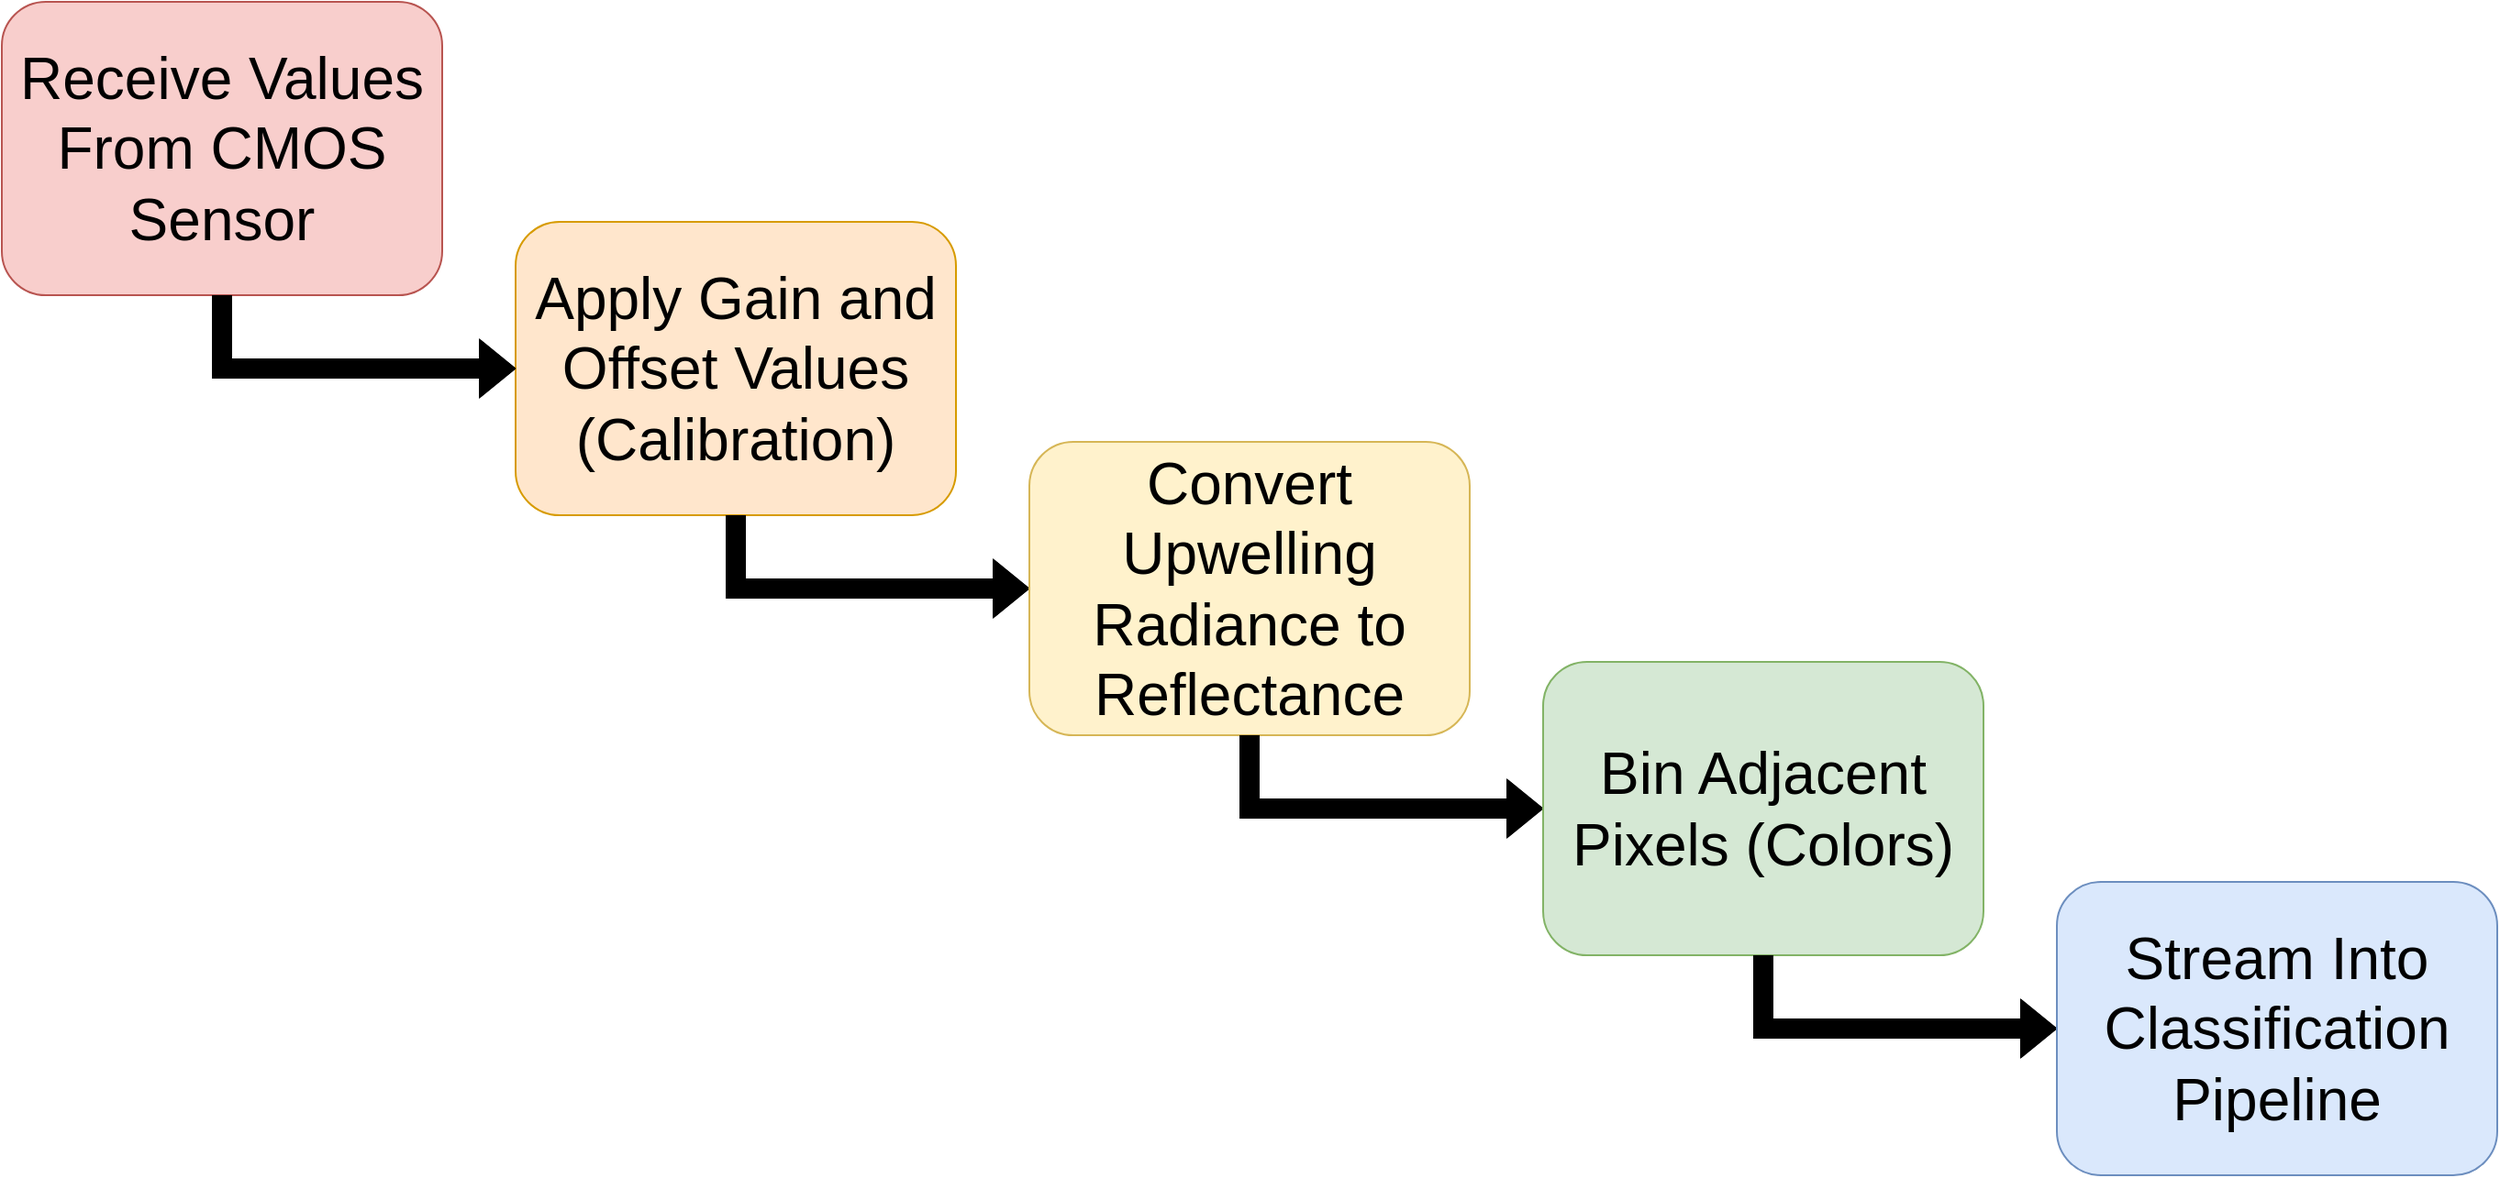
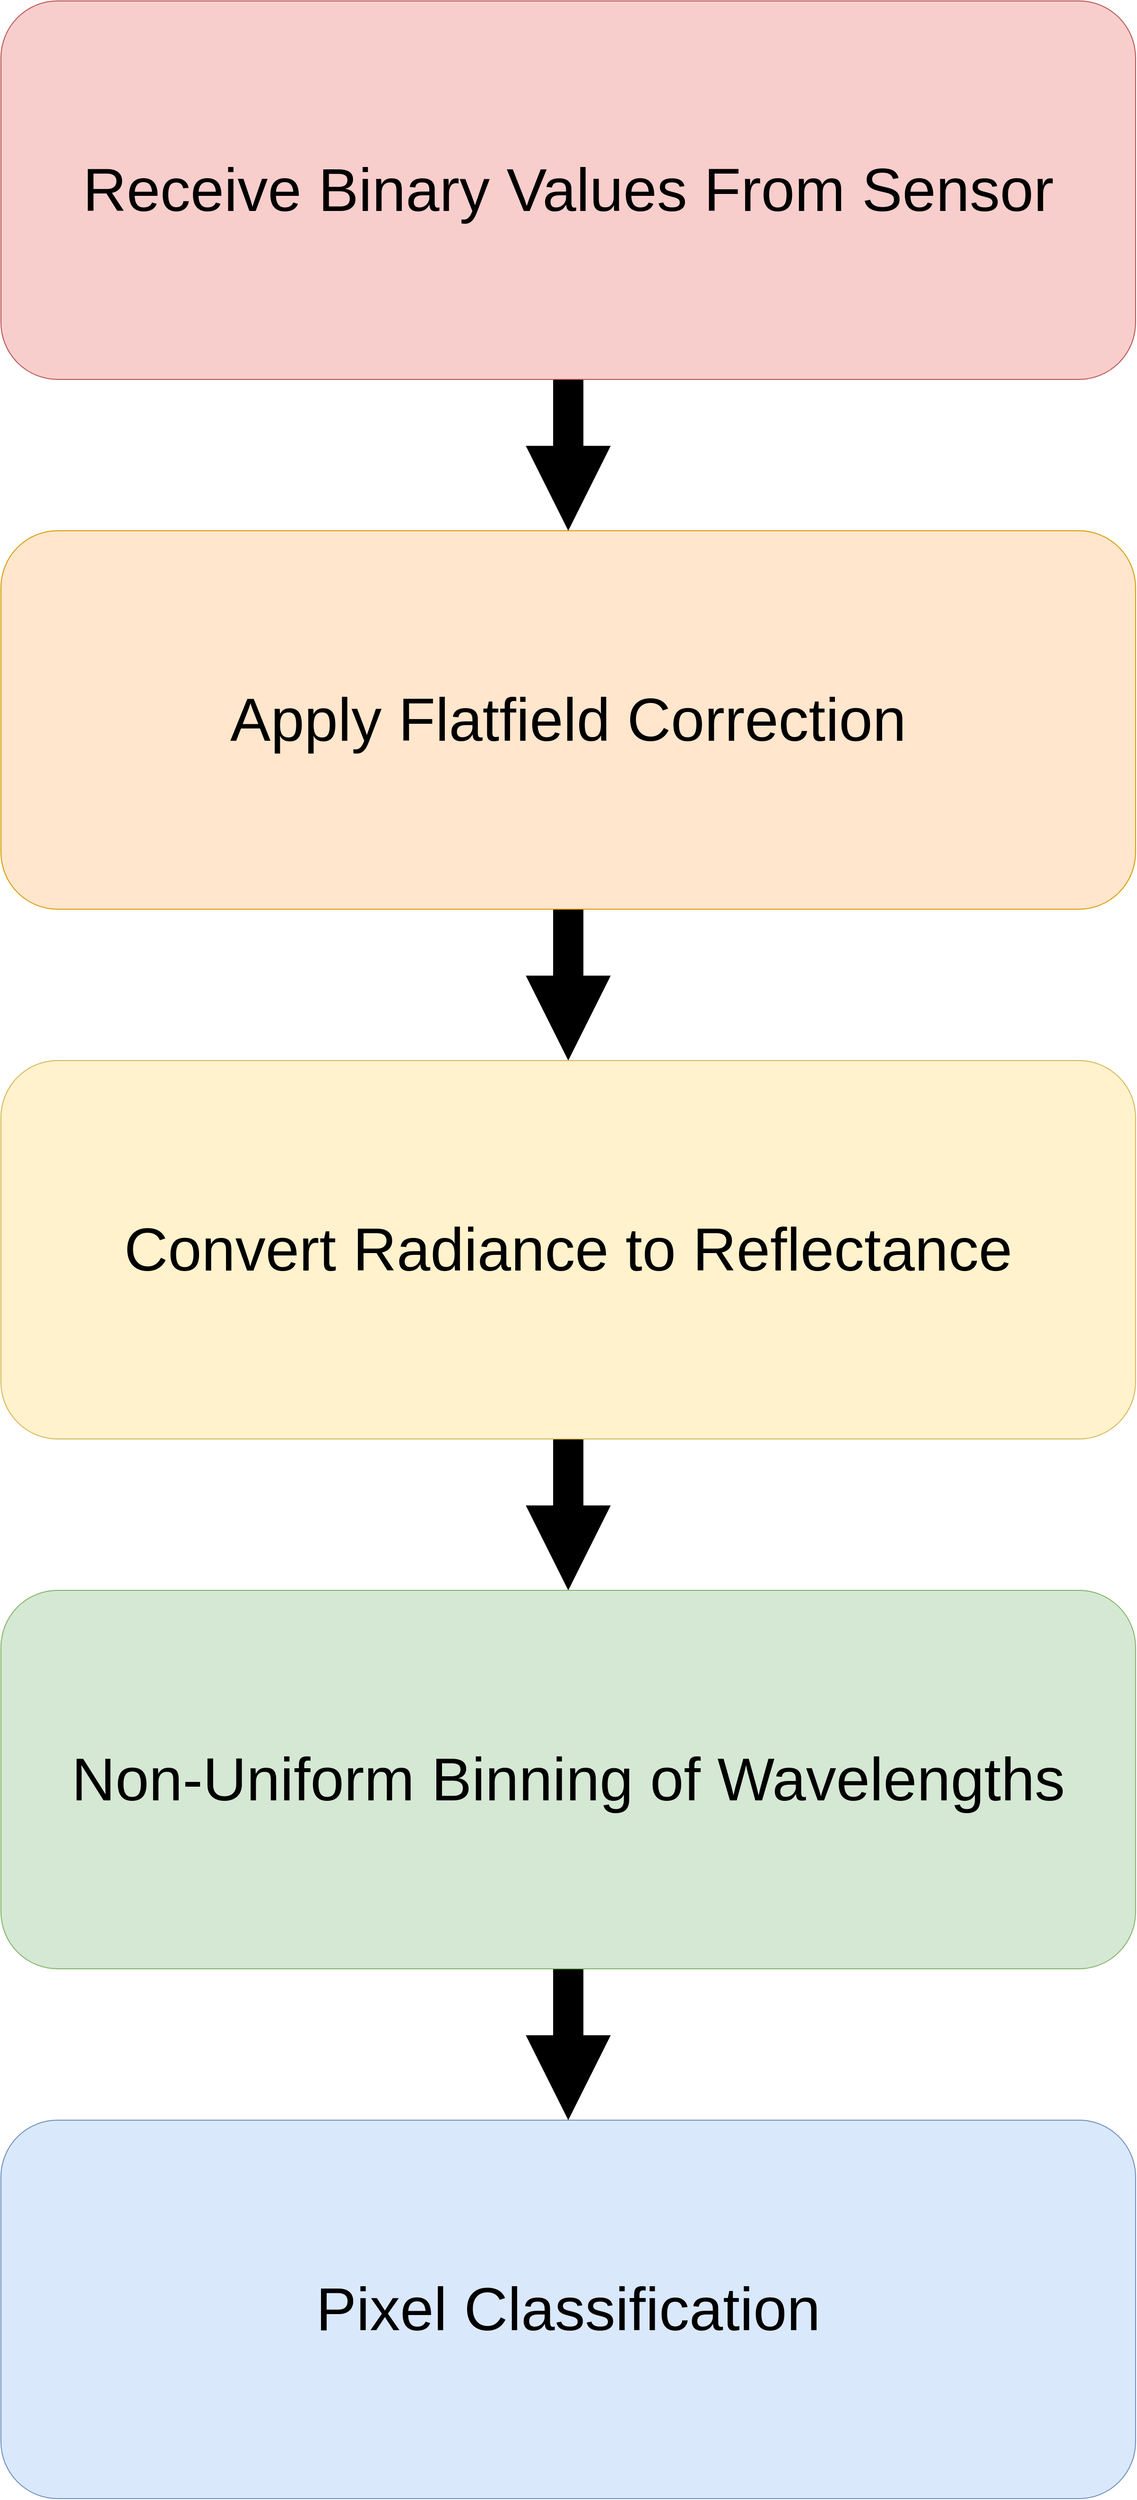
- <mxfile host="app.diagrams.net" agent="Mozilla/5.0 (Windows NT 10.0; Win64; x64; rv:142.0) Gecko/20100101 Firefox/142.0" version="28.1.1">
+ <mxfile host="app.diagrams.net" agent="Mozilla/5.0 (Windows NT 10.0; Win64; x64; rv:142.0) Gecko/20100101 Firefox/142.0">
  <diagram name="Page-1" id="-AFErXNe9J7OdYunWK4x">
-     <mxGraphModel dx="3281" dy="2628" grid="1" gridSize="10" guides="1" tooltips="1" connect="1" arrows="1" fold="1" page="1" pageScale="1" pageWidth="850" pageHeight="1100" math="1" shadow="0">
+     <mxGraphModel dx="2176" dy="6616" grid="1" gridSize="10" guides="1" tooltips="1" connect="1" arrows="1" fold="1" page="1" pageScale="1" pageWidth="850" pageHeight="1100" math="1" shadow="0">
      <root>
        <mxCell id="0" />
        <mxCell id="1" parent="0" />
-         <mxCell id="zj0fFl8EOxYbujoj9vtz-1" value="&lt;div&gt;Apply Gain and Offset Values&lt;/div&gt;&lt;div&gt;(Calibration)&lt;/div&gt;" style="rounded=1;whiteSpace=wrap;html=1;fillColor=#ffe6cc;strokeColor=#d79b00;fontSize=32;" parent="1" vertex="1">
-           <mxGeometry x="160" y="-40" width="240" height="160" as="geometry" />
+         <mxCell id="29C8zBz_ybe1H8zBs-sb-2" edge="1" parent="1" source="zj0fFl8EOxYbujoj9vtz-1" style="edgeStyle=orthogonalEdgeStyle;rounded=0;orthogonalLoop=1;jettySize=auto;html=1;exitX=0.5;exitY=1;exitDx=0;exitDy=0;entryX=0.5;entryY=0;entryDx=0;entryDy=0;strokeWidth=32;endArrow=block;endFill=1;" target="zj0fFl8EOxYbujoj9vtz-21">
+           <mxGeometry relative="1" as="geometry" />
        </mxCell>
-         <mxCell id="zj0fFl8EOxYbujoj9vtz-10" value="" style="shape=flexArrow;endArrow=classic;html=1;rounded=0;fillColor=#000000;entryX=0;entryY=0.5;entryDx=0;entryDy=0;exitX=0.5;exitY=1;exitDx=0;exitDy=0;" parent="1" target="zj0fFl8EOxYbujoj9vtz-21" edge="1" source="zj0fFl8EOxYbujoj9vtz-1">
-           <mxGeometry width="50" height="50" relative="1" as="geometry">
-             <mxPoint x="240" y="200" as="sourcePoint" />
-             <mxPoint x="440" y="319.99999999999955" as="targetPoint" />
-             <Array as="points">
-               <mxPoint x="280" y="160" />
-             </Array>
-           </mxGeometry>
+         <mxCell id="zj0fFl8EOxYbujoj9vtz-1" parent="1" style="rounded=1;whiteSpace=wrap;html=1;fillColor=#ffe6cc;strokeColor=#d79b00;fontSize=64;" value="&lt;div&gt;Apply Flatfield Correction&lt;/div&gt;" vertex="1">
+           <mxGeometry height="400" width="1200" x="80" y="-480" as="geometry" />
        </mxCell>
-         <mxCell id="zj0fFl8EOxYbujoj9vtz-21" value="Convert Upwelling Radiance to Reflectance" style="rounded=1;whiteSpace=wrap;html=1;fillColor=#fff2cc;strokeColor=#d6b656;fontSize=32;" parent="1" vertex="1">
-           <mxGeometry x="440" y="80" width="240" height="160" as="geometry" />
+         <mxCell id="29C8zBz_ybe1H8zBs-sb-3" edge="1" parent="1" source="zj0fFl8EOxYbujoj9vtz-21" style="edgeStyle=orthogonalEdgeStyle;rounded=0;orthogonalLoop=1;jettySize=auto;html=1;exitX=0.5;exitY=1;exitDx=0;exitDy=0;entryX=0.5;entryY=0;entryDx=0;entryDy=0;strokeWidth=32;endArrow=block;endFill=1;" target="zj0fFl8EOxYbujoj9vtz-24">
+           <mxGeometry relative="1" as="geometry" />
        </mxCell>
-         <mxCell id="zj0fFl8EOxYbujoj9vtz-22" value="" style="shape=flexArrow;endArrow=classic;html=1;rounded=0;fillColor=#000000;entryX=0;entryY=0.5;entryDx=0;entryDy=0;exitX=0.5;exitY=1;exitDx=0;exitDy=0;" parent="1" target="zj0fFl8EOxYbujoj9vtz-24" edge="1" source="zj0fFl8EOxYbujoj9vtz-21">
-           <mxGeometry width="50" height="50" relative="1" as="geometry">
-             <mxPoint x="560" y="400" as="sourcePoint" />
-             <mxPoint x="610" y="520" as="targetPoint" />
-             <Array as="points">
-               <mxPoint x="560" y="280" />
-             </Array>
-           </mxGeometry>
+         <mxCell id="zj0fFl8EOxYbujoj9vtz-21" parent="1" style="rounded=1;whiteSpace=wrap;html=1;fillColor=#fff2cc;strokeColor=#d6b656;fontSize=64;" value="Convert Radiance to Reflectance" vertex="1">
+           <mxGeometry height="400" width="1200" x="80" y="80" as="geometry" />
        </mxCell>
-         <mxCell id="zj0fFl8EOxYbujoj9vtz-24" value="Bin Adjacent Pixels (Colors)" style="rounded=1;whiteSpace=wrap;html=1;fillColor=#d5e8d4;strokeColor=#82b366;fontSize=32;" parent="1" vertex="1">
-           <mxGeometry x="720" y="200" width="240" height="160" as="geometry" />
+         <mxCell id="29C8zBz_ybe1H8zBs-sb-4" edge="1" parent="1" source="zj0fFl8EOxYbujoj9vtz-24" style="edgeStyle=orthogonalEdgeStyle;rounded=0;orthogonalLoop=1;jettySize=auto;html=1;exitX=0.5;exitY=1;exitDx=0;exitDy=0;entryX=0.5;entryY=0;entryDx=0;entryDy=0;strokeWidth=32;endArrow=block;endFill=1;" target="zj0fFl8EOxYbujoj9vtz-27">
+           <mxGeometry relative="1" as="geometry" />
        </mxCell>
-         <mxCell id="zj0fFl8EOxYbujoj9vtz-25" value="" style="shape=flexArrow;endArrow=classic;html=1;rounded=0;fillColor=#000000;entryX=0;entryY=0.5;entryDx=0;entryDy=0;exitX=0.5;exitY=1;exitDx=0;exitDy=0;" parent="1" target="zj0fFl8EOxYbujoj9vtz-27" edge="1" source="zj0fFl8EOxYbujoj9vtz-24">
-           <mxGeometry width="50" height="50" relative="1" as="geometry">
-             <mxPoint x="480" y="600" as="sourcePoint" />
-             <mxPoint x="530" y="720" as="targetPoint" />
-             <Array as="points">
-               <mxPoint x="840" y="400" />
-             </Array>
-           </mxGeometry>
+         <mxCell id="zj0fFl8EOxYbujoj9vtz-24" parent="1" style="rounded=1;whiteSpace=wrap;html=1;fillColor=#d5e8d4;strokeColor=#82b366;fontSize=64;" value="Non-Uniform Binning of Wavelengths" vertex="1">
+           <mxGeometry height="400" width="1200" x="80" y="640" as="geometry" />
        </mxCell>
-         <mxCell id="zj0fFl8EOxYbujoj9vtz-27" value="Stream Into Classification Pipeline" style="rounded=1;whiteSpace=wrap;html=1;fillColor=#dae8fc;strokeColor=#6c8ebf;fontSize=32;" parent="1" vertex="1">
-           <mxGeometry x="1000" y="320" width="240" height="160" as="geometry" />
+         <mxCell id="zj0fFl8EOxYbujoj9vtz-27" parent="1" style="rounded=1;whiteSpace=wrap;html=1;fillColor=#dae8fc;strokeColor=#6c8ebf;fontSize=64;" value="Pixel Classification" vertex="1">
+           <mxGeometry height="400" width="1200" x="80" y="1200" as="geometry" />
        </mxCell>
-         <mxCell id="zj0fFl8EOxYbujoj9vtz-31" value="Receive Values From CMOS Sensor" style="rounded=1;whiteSpace=wrap;html=1;fillColor=#f8cecc;strokeColor=#b85450;fontSize=32;" parent="1" vertex="1">
-           <mxGeometry x="-120" y="-160" width="240" height="160" as="geometry" />
+         <mxCell id="29C8zBz_ybe1H8zBs-sb-1" edge="1" parent="1" source="zj0fFl8EOxYbujoj9vtz-31" style="edgeStyle=orthogonalEdgeStyle;rounded=0;orthogonalLoop=1;jettySize=auto;html=1;entryX=0.5;entryY=0;entryDx=0;entryDy=0;strokeWidth=32;endArrow=block;endFill=1;" target="zj0fFl8EOxYbujoj9vtz-1">
+           <mxGeometry relative="1" as="geometry" />
        </mxCell>
-         <mxCell id="zj0fFl8EOxYbujoj9vtz-32" value="" style="shape=flexArrow;endArrow=classic;html=1;rounded=0;fillColor=#000000;entryX=0;entryY=0.5;entryDx=0;entryDy=0;fontSize=15;" parent="1" edge="1" target="zj0fFl8EOxYbujoj9vtz-1">
-           <mxGeometry width="50" height="50" relative="1" as="geometry">
-             <mxPoint as="sourcePoint" />
-             <mxPoint x="40" y="120" as="targetPoint" />
-             <Array as="points">
-               <mxPoint y="40" />
-             </Array>
-           </mxGeometry>
+         <mxCell id="zj0fFl8EOxYbujoj9vtz-31" parent="1" style="rounded=1;whiteSpace=wrap;html=1;fillColor=#f8cecc;strokeColor=#b85450;fontSize=64;" value="&lt;div&gt;Receive Binary Values From Sensor&lt;/div&gt;" vertex="1">
+           <mxGeometry height="400" width="1200" x="80" y="-1040" as="geometry" />
        </mxCell>
      </root>
    </mxGraphModel>
  </diagram>
</mxfile>
